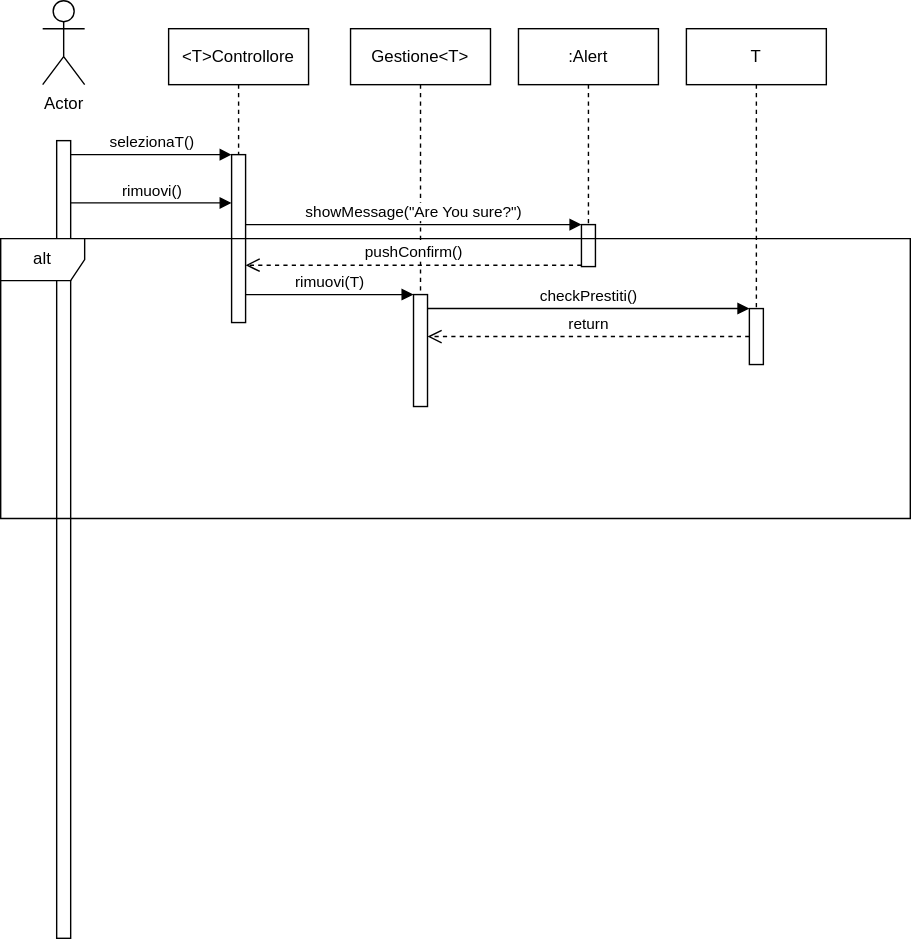
The draw.io diagram Design/DiagrammaSequenzaRimuoviT.svg in doppiaaa/Progetto-Biblioteca-Ingegneria-del-Software, before a commit. Source tidied: cells renumbered, new cells last; positions are measured from the earlier drawing's top-left corner, leaving out a move shared by most shapes. Its diagram source:
```xml
<mxGraphModel>
  <root>
    <mxCell id="0" />
    <mxCell id="1" parent="0" />
    <mxCell id="2" value="Actor" style="shape=umlActor;verticalLabelPosition=bottom;verticalAlign=top;html=1;" parent="1" vertex="1">
      <mxGeometry x="30" width="30" height="60" as="geometry" />
    </mxCell>
    <mxCell id="3" style="html=1;points=[[0,0,0,0,5],[0,1,0,0,-5],[1,0,0,0,5],[1,1,0,0,-5]];perimeter=orthogonalPerimeter;outlineConnect=0;targetShapes=umlLifeline;portConstraint=eastwest;newEdgeStyle={&quot;curved&quot;:0,&quot;rounded&quot;:0};" parent="1" vertex="1">
      <mxGeometry x="40" y="100" width="10" height="570" as="geometry" />
    </mxCell>
    <mxCell id="4" value="&amp;lt;T&amp;gt;Controllore" style="shape=umlLifeline;perimeter=lifelinePerimeter;whiteSpace=wrap;html=1;newEdgeStyle={&quot;curved&quot;:0,&quot;rounded&quot;:0};" parent="1" vertex="1">
      <mxGeometry x="120" y="20" width="100" height="90" as="geometry" />
    </mxCell>
    <mxCell id="5" style="html=1;points=[[0,0,0,0,5],[0,1,0,0,-5],[1,0,0,0,5],[1,1,0,0,-5]];perimeter=orthogonalPerimeter;outlineConnect=0;targetShapes=umlLifeline;portConstraint=eastwest;newEdgeStyle={&quot;curved&quot;:0,&quot;rounded&quot;:0};" parent="1" vertex="1">
      <mxGeometry x="165" y="110" width="10" height="120" as="geometry" />
    </mxCell>
    <mxCell id="6" value="Gestione&amp;lt;T&amp;gt;" style="shape=umlLifeline;perimeter=lifelinePerimeter;whiteSpace=wrap;html=1;newEdgeStyle={&quot;curved&quot;:0,&quot;rounded&quot;:0};" parent="1" vertex="1">
      <mxGeometry x="250" y="20" width="100" height="190" as="geometry" />
    </mxCell>
    <mxCell id="7" value="selezionaT()" style="html=1;verticalAlign=bottom;endArrow=block;curved=0;rounded=0;" parent="1" edge="1" source="3">
      <mxGeometry relative="1" as="geometry">
        <mxPoint x="165" y="110" as="targetPoint" />
      </mxGeometry>
    </mxCell>
    <mxCell id="8" value="rimuovi()" style="html=1;verticalAlign=bottom;endArrow=block;curved=0;rounded=0;" parent="1" edge="1">
      <mxGeometry relative="1" as="geometry">
        <mxPoint x="50" y="144.5" as="sourcePoint" />
        <mxPoint x="165" y="144.5" as="targetPoint" />
      </mxGeometry>
    </mxCell>
    <mxCell id="9" value=":Alert" style="shape=umlLifeline;perimeter=lifelinePerimeter;whiteSpace=wrap;html=1;newEdgeStyle={&quot;curved&quot;:0,&quot;rounded&quot;:0};" parent="1" vertex="1">
      <mxGeometry x="370" y="20" width="100" height="140" as="geometry" />
    </mxCell>
    <mxCell id="10" value="showMessage(&quot;Are You sure?&quot;)" style="html=1;verticalAlign=bottom;endArrow=block;curved=0;rounded=0;" parent="1" edge="1" target="11">
      <mxGeometry relative="1" as="geometry">
        <mxPoint x="175" y="160" as="sourcePoint" />
      </mxGeometry>
    </mxCell>
    <mxCell id="11" style="html=1;points=[[0,0,0,0,5],[0,1,0,0,-5],[1,0,0,0,5],[1,1,0,0,-5]];perimeter=orthogonalPerimeter;outlineConnect=0;targetShapes=umlLifeline;portConstraint=eastwest;newEdgeStyle={&quot;curved&quot;:0,&quot;rounded&quot;:0};" parent="1" vertex="1">
      <mxGeometry x="415" y="160" width="10" height="30" as="geometry" />
    </mxCell>
    <mxCell id="12" value="alt" style="shape=umlFrame;whiteSpace=wrap;html=1;" parent="1" vertex="1">
      <mxGeometry y="170" width="650" height="200" as="geometry" />
    </mxCell>
    <mxCell id="13" value="pushConfirm()" style="html=1;verticalAlign=bottom;endArrow=open;dashed=1;endSize=8;curved=0;rounded=0;" parent="1" edge="1" source="11">
      <mxGeometry relative="1" as="geometry">
        <mxPoint x="175" y="189" as="targetPoint" />
      </mxGeometry>
    </mxCell>
    <mxCell id="14" value="rimuovi(T)" style="html=1;verticalAlign=bottom;endArrow=block;curved=0;rounded=0;" parent="1" edge="1" target="15">
      <mxGeometry relative="1" as="geometry">
        <mxPoint x="175" y="210" as="sourcePoint" />
      </mxGeometry>
    </mxCell>
    <mxCell id="15" style="html=1;points=[[0,0,0,0,5],[0,1,0,0,-5],[1,0,0,0,5],[1,1,0,0,-5]];perimeter=orthogonalPerimeter;outlineConnect=0;targetShapes=umlLifeline;portConstraint=eastwest;newEdgeStyle={&quot;curved&quot;:0,&quot;rounded&quot;:0};" parent="1" vertex="1">
      <mxGeometry x="295" y="210" width="10" height="80" as="geometry" />
    </mxCell>
    <mxCell id="16" value="T" style="shape=umlLifeline;perimeter=lifelinePerimeter;whiteSpace=wrap;html=1;newEdgeStyle={&quot;curved&quot;:0,&quot;rounded&quot;:0};" parent="1" vertex="1">
      <mxGeometry x="490" y="20" width="100" height="200" as="geometry" />
    </mxCell>
    <mxCell id="17" style="html=1;perimeter=orthogonalPerimeter;targetShapes=umlLifeline;newEdgeStyle={&quot;curved&quot;:0,&quot;rounded&quot;:0};" parent="1" vertex="1">
      <mxGeometry x="535" y="220" width="10" height="40" as="geometry" />
    </mxCell>
    <mxCell id="18" value="checkPrestiti()" style="html=1;verticalAlign=bottom;endArrow=block;curved=0;rounded=0;" parent="1" edge="1">
      <mxGeometry relative="1" as="geometry">
        <mxPoint x="305" y="220" as="sourcePoint" />
        <mxPoint x="535" y="220" as="targetPoint" />
      </mxGeometry>
    </mxCell>
    <mxCell id="19" value="return" style="html=1;verticalAlign=bottom;endArrow=open;dashed=1;endSize=8;curved=0;rounded=0;" parent="1" edge="1">
      <mxGeometry relative="1" as="geometry">
        <mxPoint x="535" y="240" as="sourcePoint" />
        <mxPoint x="305" y="240" as="targetPoint" />
      </mxGeometry>
    </mxCell>
  </root>
</mxGraphModel>
```
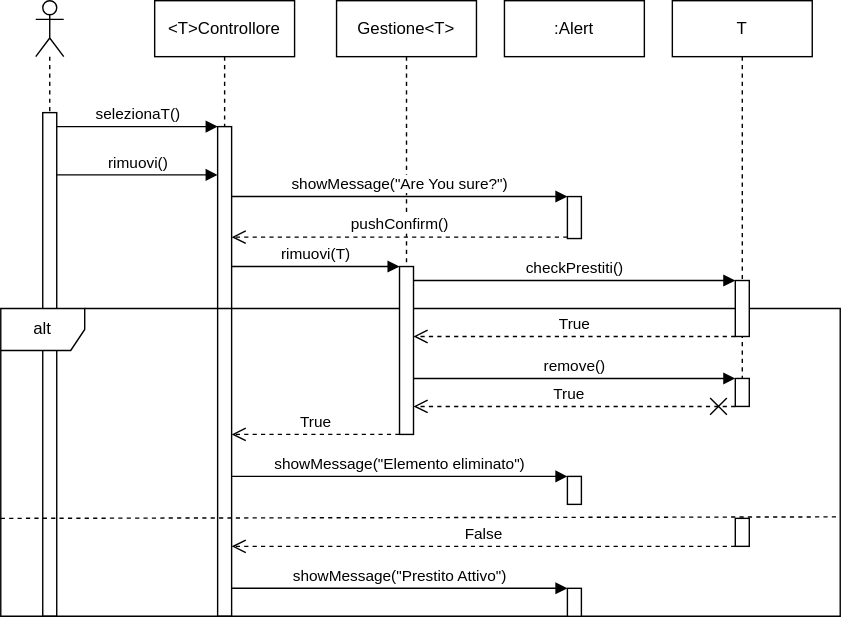
Above is the later version.

What changed in the source:
```diff
@@ -2,17 +2,14 @@
   <root>
     <mxCell id="0" />
     <mxCell id="1" parent="0" />
-    <mxCell id="2" value="Actor" style="shape=umlActor;verticalLabelPosition=bottom;verticalAlign=top;html=1;" parent="1" vertex="1">
-      <mxGeometry x="30" width="30" height="60" as="geometry" />
-    </mxCell>
     <mxCell id="3" style="html=1;points=[[0,0,0,0,5],[0,1,0,0,-5],[1,0,0,0,5],[1,1,0,0,-5]];perimeter=orthogonalPerimeter;outlineConnect=0;targetShapes=umlLifeline;portConstraint=eastwest;newEdgeStyle={&quot;curved&quot;:0,&quot;rounded&quot;:0};" parent="1" vertex="1">
-      <mxGeometry x="40" y="100" width="10" height="570" as="geometry" />
+      <mxGeometry x="40" y="100" width="10" height="360" as="geometry" />
     </mxCell>
     <mxCell id="4" value="&amp;lt;T&amp;gt;Controllore" style="shape=umlLifeline;perimeter=lifelinePerimeter;whiteSpace=wrap;html=1;newEdgeStyle={&quot;curved&quot;:0,&quot;rounded&quot;:0};" parent="1" vertex="1">
       <mxGeometry x="120" y="20" width="100" height="90" as="geometry" />
     </mxCell>
     <mxCell id="5" style="html=1;points=[[0,0,0,0,5],[0,1,0,0,-5],[1,0,0,0,5],[1,1,0,0,-5]];perimeter=orthogonalPerimeter;outlineConnect=0;targetShapes=umlLifeline;portConstraint=eastwest;newEdgeStyle={&quot;curved&quot;:0,&quot;rounded&quot;:0};" parent="1" vertex="1">
-      <mxGeometry x="165" y="110" width="10" height="120" as="geometry" />
+      <mxGeometry x="165" y="110" width="10" height="350" as="geometry" />
     </mxCell>
     <mxCell id="6" value="Gestione&amp;lt;T&amp;gt;" style="shape=umlLifeline;perimeter=lifelinePerimeter;whiteSpace=wrap;html=1;newEdgeStyle={&quot;curved&quot;:0,&quot;rounded&quot;:0};" parent="1" vertex="1">
       <mxGeometry x="250" y="20" width="100" height="190" as="geometry" />
@@ -29,7 +26,7 @@
       </mxGeometry>
     </mxCell>
     <mxCell id="9" value=":Alert" style="shape=umlLifeline;perimeter=lifelinePerimeter;whiteSpace=wrap;html=1;newEdgeStyle={&quot;curved&quot;:0,&quot;rounded&quot;:0};" parent="1" vertex="1">
-      <mxGeometry x="370" y="20" width="100" height="140" as="geometry" />
+      <mxGeometry x="370" y="20" width="100" height="40" as="geometry" />
     </mxCell>
     <mxCell id="10" value="showMessage(&quot;Are You sure?&quot;)" style="html=1;verticalAlign=bottom;endArrow=block;curved=0;rounded=0;" parent="1" edge="1" target="11">
       <mxGeometry relative="1" as="geometry">
@@ -40,7 +37,7 @@
       <mxGeometry x="415" y="160" width="10" height="30" as="geometry" />
     </mxCell>
     <mxCell id="12" value="alt" style="shape=umlFrame;whiteSpace=wrap;html=1;" parent="1" vertex="1">
-      <mxGeometry y="170" width="650" height="200" as="geometry" />
+      <mxGeometry x="10" y="240" width="600" height="220" as="geometry" />
     </mxCell>
     <mxCell id="13" value="pushConfirm()" style="html=1;verticalAlign=bottom;endArrow=open;dashed=1;endSize=8;curved=0;rounded=0;" parent="1" edge="1" source="11">
       <mxGeometry relative="1" as="geometry">
@@ -53,10 +50,10 @@
       </mxGeometry>
     </mxCell>
     <mxCell id="15" style="html=1;points=[[0,0,0,0,5],[0,1,0,0,-5],[1,0,0,0,5],[1,1,0,0,-5]];perimeter=orthogonalPerimeter;outlineConnect=0;targetShapes=umlLifeline;portConstraint=eastwest;newEdgeStyle={&quot;curved&quot;:0,&quot;rounded&quot;:0};" parent="1" vertex="1">
-      <mxGeometry x="295" y="210" width="10" height="80" as="geometry" />
+      <mxGeometry x="295" y="210" width="10" height="120" as="geometry" />
     </mxCell>
     <mxCell id="16" value="T" style="shape=umlLifeline;perimeter=lifelinePerimeter;whiteSpace=wrap;html=1;newEdgeStyle={&quot;curved&quot;:0,&quot;rounded&quot;:0};" parent="1" vertex="1">
-      <mxGeometry x="490" y="20" width="100" height="200" as="geometry" />
+      <mxGeometry x="490" y="20" width="100" height="280" as="geometry" />
     </mxCell>
     <mxCell id="17" style="html=1;perimeter=orthogonalPerimeter;targetShapes=umlLifeline;newEdgeStyle={&quot;curved&quot;:0,&quot;rounded&quot;:0};" parent="1" vertex="1">
       <mxGeometry x="535" y="220" width="10" height="40" as="geometry" />
@@ -67,11 +64,65 @@
         <mxPoint x="535" y="220" as="targetPoint" />
       </mxGeometry>
     </mxCell>
-    <mxCell id="19" value="return" style="html=1;verticalAlign=bottom;endArrow=open;dashed=1;endSize=8;curved=0;rounded=0;" parent="1" edge="1">
+    <mxCell id="19" value="True" style="html=1;verticalAlign=bottom;endArrow=open;dashed=1;endSize=8;curved=0;rounded=0;" parent="1" edge="1">
       <mxGeometry relative="1" as="geometry">
-        <mxPoint x="535" y="240" as="sourcePoint" />
-        <mxPoint x="305" y="240" as="targetPoint" />
+        <mxPoint x="535" y="260" as="sourcePoint" />
+        <mxPoint x="305" y="260" as="targetPoint" />
       </mxGeometry>
     </mxCell>
+    <mxCell id="20" value="remove()" style="html=1;verticalAlign=bottom;endArrow=block;curved=0;rounded=0;" parent="1" edge="1" source="15" target="21">
+      <mxGeometry relative="1" as="geometry" />
+    </mxCell>
+    <mxCell id="21" style="html=1;points=[[0,0,0,0,5],[0,1,0,0,-5],[1,0,0,0,5],[1,1,0,0,-5]];perimeter=orthogonalPerimeter;outlineConnect=0;targetShapes=umlLifeline;portConstraint=eastwest;newEdgeStyle={&quot;curved&quot;:0,&quot;rounded&quot;:0};" parent="1" vertex="1">
+      <mxGeometry x="535" y="290" width="10" height="20" as="geometry" />
+    </mxCell>
+    <mxCell id="22" style="endArrow=open;startArrow=cross;endFill=0;startFill=0;endSize=8;startSize=10;html=1;rounded=0;dashed=1;" parent="1" edge="1">
+      <mxGeometry relative="1" as="geometry">
+        <mxPoint x="535" y="310" as="sourcePoint" />
+        <mxPoint x="305" y="310" as="targetPoint" />
+      </mxGeometry>
+    </mxCell>
+    <mxCell id="23" value="True" style="edgeLabel;html=1;align=center;verticalAlign=middle;" parent="22" vertex="1">
+      <mxGeometry x="0.04" y="-1" relative="1" as="geometry">
+        <mxPoint y="-9" as="offset" />
+      </mxGeometry>
+    </mxCell>
+    <mxCell id="24" value="True" style="html=1;verticalAlign=bottom;endArrow=open;dashed=1;endSize=8;curved=0;rounded=0;" parent="1" edge="1">
+      <mxGeometry relative="1" as="geometry">
+        <mxPoint x="295" y="330" as="sourcePoint" />
+        <mxPoint x="175" y="330" as="targetPoint" />
+      </mxGeometry>
+    </mxCell>
+    <mxCell id="25" value="showMessage(&quot;Elemento eliminato&quot;)" style="html=1;verticalAlign=bottom;endArrow=block;curved=0;rounded=0;" parent="1" edge="1" source="5" target="26">
+      <mxGeometry relative="1" as="geometry" />
+    </mxCell>
+    <mxCell id="26" style="html=1;points=[[0,0,0,0,5],[0,1,0,0,-5],[1,0,0,0,5],[1,1,0,0,-5]];perimeter=orthogonalPerimeter;outlineConnect=0;targetShapes=umlLifeline;portConstraint=eastwest;newEdgeStyle={&quot;curved&quot;:0,&quot;rounded&quot;:0};" parent="1" vertex="1">
+      <mxGeometry x="415" y="360" width="10" height="20" as="geometry" />
+    </mxCell>
+    <mxCell id="27" style="endArrow=none;dashed=1;html=1;rounded=0;entryX=0.996;entryY=0.677;entryDx=0;entryDy=0;entryPerimeter=0;" parent="1" edge="1" target="12">
+      <mxGeometry relative="1" as="geometry">
+        <mxPoint x="10" y="390" as="sourcePoint" />
+      </mxGeometry>
+    </mxCell>
+    <mxCell id="28" style="html=1;perimeter=orthogonalPerimeter;targetShapes=umlLifeline;newEdgeStyle={&quot;curved&quot;:0,&quot;rounded&quot;:0};" parent="1" vertex="1">
+      <mxGeometry x="535" y="390" width="10" height="20" as="geometry" />
+    </mxCell>
+    <mxCell id="29" value="False" style="html=1;verticalAlign=bottom;endArrow=open;dashed=1;endSize=8;curved=0;rounded=0;" parent="1" edge="1">
+      <mxGeometry relative="1" as="geometry">
+        <mxPoint x="535" y="410" as="sourcePoint" />
+        <mxPoint x="175" y="410" as="targetPoint" />
+      </mxGeometry>
+    </mxCell>
+    <mxCell id="30" style="shape=umlLifeline;perimeter=lifelinePerimeter;whiteSpace=wrap;html=1;newEdgeStyle={&quot;curved&quot;:0,&quot;rounded&quot;:0};participant=umlActor;" parent="1" vertex="1">
+      <mxGeometry x="35" y="20" width="20" height="80" as="geometry" />
+    </mxCell>
+    <mxCell id="31" value="showMessage(&quot;Prestito Attivo&quot;)" style="html=1;verticalAlign=bottom;endArrow=block;curved=0;rounded=0;" parent="1" edge="1" target="32">
+      <mxGeometry relative="1" as="geometry">
+        <mxPoint x="175" y="440" as="sourcePoint" />
+      </mxGeometry>
+    </mxCell>
+    <mxCell id="32" style="html=1;points=[[0,0,0,0,5],[0,1,0,0,-5],[1,0,0,0,5],[1,1,0,0,-5]];perimeter=orthogonalPerimeter;outlineConnect=0;targetShapes=umlLifeline;portConstraint=eastwest;newEdgeStyle={&quot;curved&quot;:0,&quot;rounded&quot;:0};" parent="1" vertex="1">
+      <mxGeometry x="415" y="440" width="10" height="20" as="geometry" />
+    </mxCell>
   </root>
 </mxGraphModel>
```
